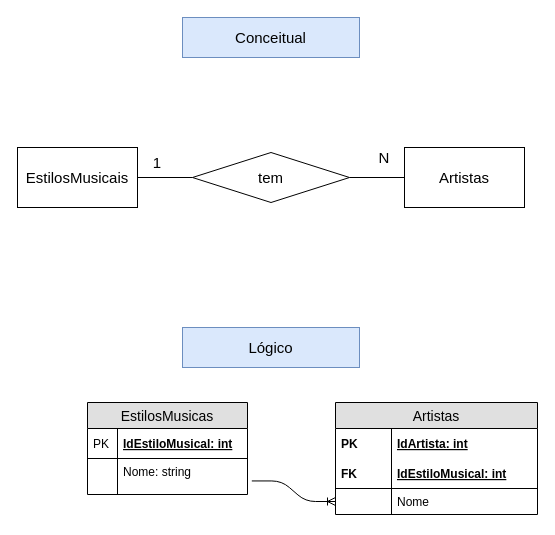
This is exercicios/2.2.exercicios-sstop/sstop-musicas.drawio from senai-dev-1s2020/sprint1-banco-de-dados, a draw.io file, before an edit. Source tidied: cells renumbered, new cells numbered last; positions are measured from the earlier drawing's top-left corner, leaving out a move shared by most shapes. Both pictures are drawn from the tidied source at 100%, with x=0, y=0 at pixel (17, 17).
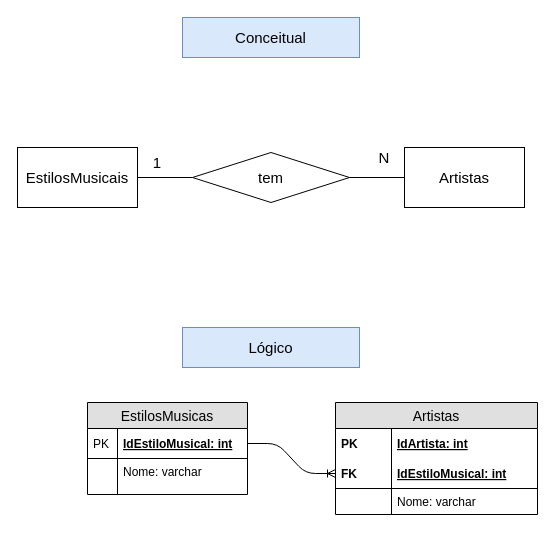
After the change.

Commit message (it also covers changes not shown here):
adicionado script dos exercicios optus sstop e livros

Unchanged cells that the change refers to:
```xml
<mxCell id="2" value="EstilosMusicas" style="swimlane;fontStyle=0;horizontal=1;startSize=26;fillColor=#e0e0e0;swimlaneFillColor=#ffffff;align=center;fontSize=14;" parent="1" vertex="1">
  <mxGeometry x="70" y="385" width="160" height="92" as="geometry" />
</mxCell>
<mxCell id="3" value="IdEstiloMusical: int" style="shape=partialRectangle;top=0;left=0;right=0;bottom=1;align=left;verticalAlign=middle;fillColor=none;spacingLeft=34;spacingRight=4;overflow=hidden;points=[[0,0.5],[1,0.5]];portConstraint=eastwest;fontStyle=5;fontSize=12;" parent="2" vertex="1">
  <mxGeometry y="26" width="160" height="30" as="geometry" />
</mxCell>
<mxCell id="7" style="shape=partialRectangle;top=0;left=0;right=0;bottom=0;align=left;verticalAlign=top;fillColor=none;spacingLeft=34;spacingRight=4;overflow=hidden;points=[[0,0.5],[1,0.5]];portConstraint=eastwest;fontSize=12;" parent="2" vertex="1">
  <mxGeometry y="82" width="160" height="10" as="geometry" />
</mxCell>
<mxCell id="9" value="Artistas" style="swimlane;fontStyle=0;horizontal=1;startSize=26;fillColor=#e0e0e0;swimlaneFillColor=#ffffff;align=center;fontSize=14;" parent="1" vertex="1">
  <mxGeometry x="318" y="385" width="202" height="112" as="geometry" />
</mxCell>
<mxCell id="12" value="IdEstiloMusical: int" style="shape=partialRectangle;top=0;left=0;right=0;bottom=1;align=left;verticalAlign=middle;fillColor=none;spacingLeft=60;spacingRight=4;overflow=hidden;points=[[0,0.5],[1,0.5]];portConstraint=eastwest;fontStyle=5;fontSize=12;" parent="9" vertex="1">
  <mxGeometry y="56" width="202" height="30" as="geometry" />
</mxCell>
```

The edit, as a diff of the source:
```diff
@@
-    <mxCell id="5" value="Nome: string" style="shape=partialRectangle;top=0;left=0;right=0;bottom=0;align=left;verticalAlign=top;fillColor=none;spacingLeft=34;spacingRight=4;overflow=hidden;fontSize=12;" parent="2" vertex="1">
+    <mxCell id="5" value="Nome: varchar&#10;" style="shape=partialRectangle;top=0;left=0;right=0;bottom=0;align=left;verticalAlign=top;fillColor=none;spacingLeft=34;spacingRight=4;overflow=hidden;fontSize=12;" parent="2" vertex="1">
       <mxGeometry y="56" width="160" height="26" as="geometry" />
     </mxCell>
@@
-    <mxCell id="14" value="Nome" style="shape=partialRectangle;top=0;left=0;right=0;bottom=0;align=left;verticalAlign=top;fillColor=none;spacingLeft=60;spacingRight=4;overflow=hidden;points=[[0,0.5],[1,0.5]];portConstraint=eastwest;fontSize=12;" parent="9" vertex="1">
+    <mxCell id="14" value="Nome: varchar" style="shape=partialRectangle;top=0;left=0;right=0;bottom=0;align=left;verticalAlign=top;fillColor=none;spacingLeft=60;spacingRight=4;overflow=hidden;points=[[0,0.5],[1,0.5]];portConstraint=eastwest;fontSize=12;" parent="9" vertex="1">
       <mxGeometry y="86" width="202" height="26" as="geometry" />
     </mxCell>
@@
-    <mxCell id="16" style="edgeStyle=entityRelationEdgeStyle;fontSize=12;html=1;endArrow=ERoneToMany;exitX=1.027;exitY=-0.355;exitDx=0;exitDy=0;exitPerimeter=0;entryX=0;entryY=0.5;entryDx=0;entryDy=0;" parent="1" edge="1" source="7" target="14">
-      <mxGeometry relative="1" as="geometry" />
-    </mxCell>
@@
+    <mxCell id="26" style="edgeStyle=entityRelationEdgeStyle;fontSize=12;html=1;endArrow=ERoneToMany;exitX=1;exitY=0.5;exitDx=0;exitDy=0;entryX=0;entryY=0.5;entryDx=0;entryDy=0;" parent="1" edge="1" source="3" target="12">
+      <mxGeometry relative="1" as="geometry" />
+    </mxCell>
```
